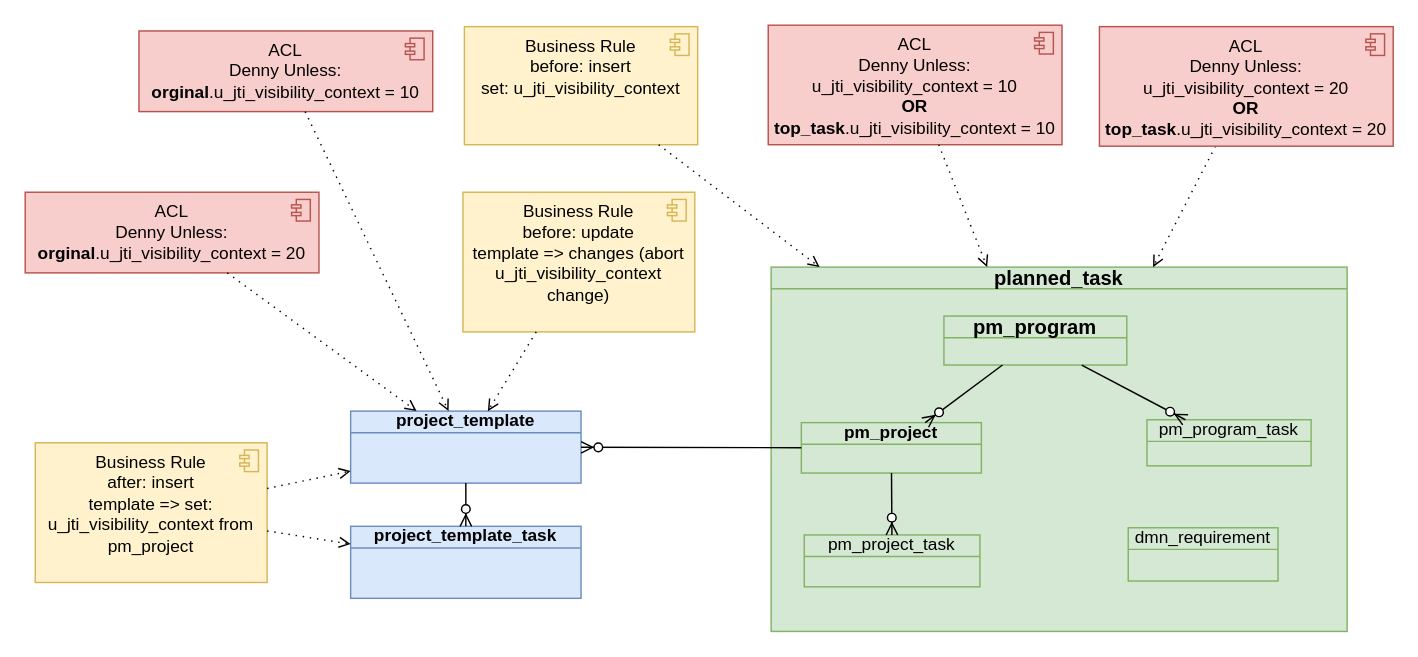
algimas/tmp keeps this draw.io diagram as page "templateVisibV2" (4 of 13) of JTI.drawio. Above is the earlier version. Source tidied: cells renumbered, new cells numbered last; positions are measured from the earlier drawing's top-left corner, leaving out a move shared by most shapes. Both pictures are drawn from the tidied source at 144%, with x=0, y=0 at pixel (24, 24).
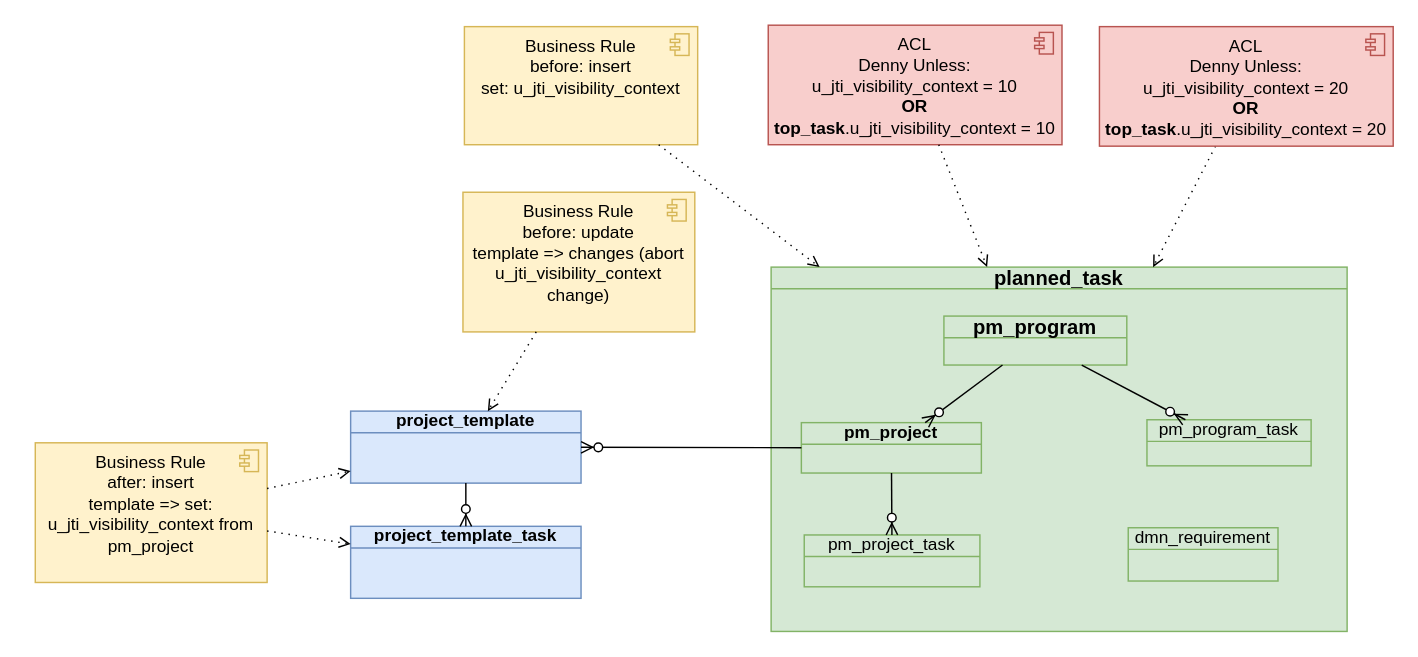
The same page after the edit.

The change refers to these unchanged cells:
```xml
<mxCell id="9" value="project_template" style="html=1;outlineConnect=0;whiteSpace=wrap;fillColor=#dae8fc;shape=mxgraph.archimate3.businessObject;overflow=fill;strokeColor=#6c8ebf;fontStyle=1;" parent="1" vertex="1">
  <mxGeometry x="226" y="268" width="160" height="50" as="geometry" />
</mxCell>
```

Diff of the diagram source:
```diff
@@
-    <mxCell id="26" value="&lt;div&gt;ACL&lt;/div&gt;&lt;div&gt;Denny Unless:&lt;br&gt;&lt;/div&gt;&lt;div&gt;&lt;b&gt;orginal&lt;/b&gt;.u_jti_visibility_context = 10&lt;/div&gt;" style="html=1;outlineConnect=0;whiteSpace=wrap;fillColor=#f8cecc;shape=mxgraph.archimate3.application;appType=comp;archiType=square;strokeColor=#b85450;verticalAlign=top;" parent="1" vertex="1">
-      <mxGeometry x="79" y="4" width="204" height="56" as="geometry" />
-    </mxCell>
-    <mxCell id="27" value="&lt;div&gt;ACL&lt;/div&gt;&lt;div&gt;Denny Unless:&lt;br&gt;&lt;/div&gt;&lt;div&gt;&lt;b&gt;orginal&lt;/b&gt;.u_jti_visibility_context = 20&lt;br&gt;&lt;/div&gt;" style="html=1;outlineConnect=0;whiteSpace=wrap;fillColor=#f8cecc;shape=mxgraph.archimate3.application;appType=comp;archiType=square;strokeColor=#b85450;verticalAlign=top;" parent="1" vertex="1">
-      <mxGeometry y="116" width="204" height="56" as="geometry" />
-    </mxCell>
-    <mxCell id="28" style="html=1;endArrow=open;elbow=vertical;endFill=0;dashed=1;dashPattern=1 4;rounded=0;" parent="1" edge="1" source="27" target="9">
-      <mxGeometry relative="1" as="geometry" />
-    </mxCell>
-    <mxCell id="29" style="html=1;endArrow=open;elbow=vertical;endFill=0;dashed=1;dashPattern=1 4;rounded=0;" parent="1" edge="1" source="26" target="9">
-      <mxGeometry relative="1" as="geometry" />
-    </mxCell>
```
